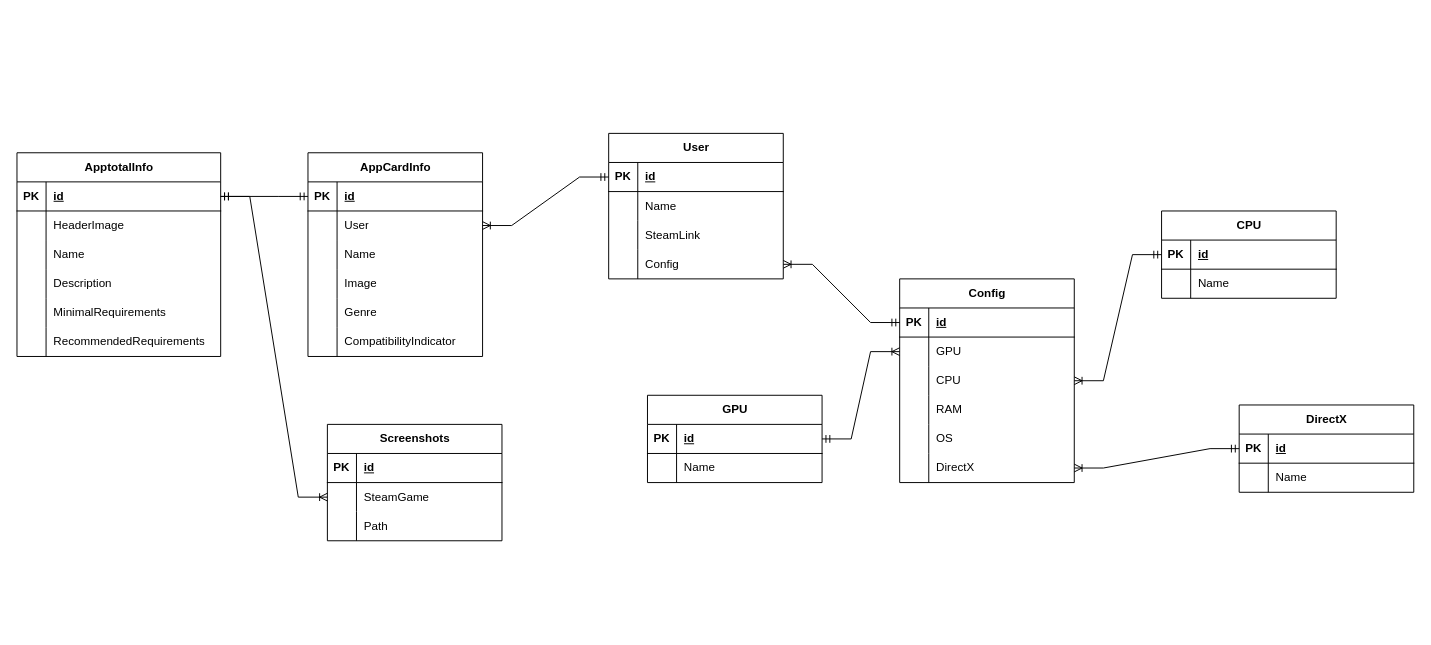
The draw.io diagram УП (II семестр)/База данных наша.drawio in ReNecro100/WillPCHandle, before the edit. Source tidied: cells renumbered, new cells numbered last; positions are measured from the earlier drawing's top-left corner, leaving out a move shared by most shapes. Both pictures are drawn from the tidied source at 97%, with x=0, y=0 at pixel (16, 133).
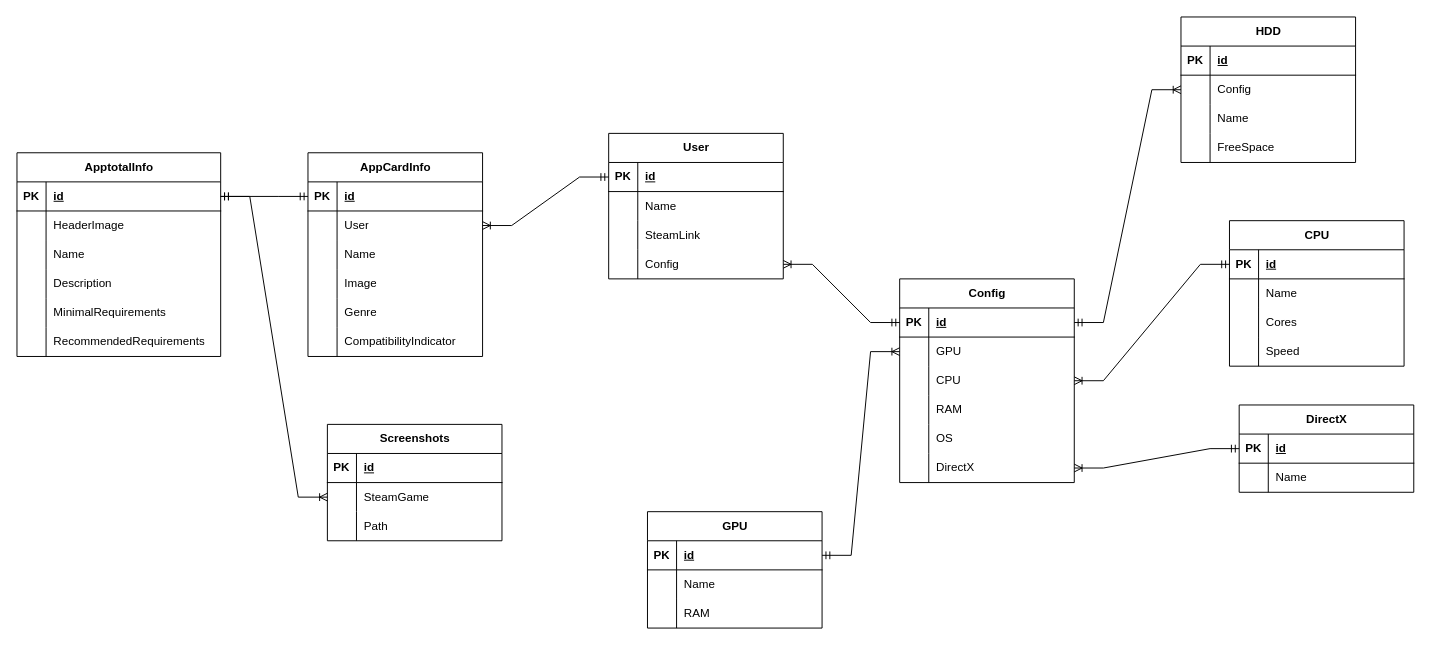
Above is the later version.

The change refers to these unchanged cells:
```xml
<mxCell id="24" style="shape=tableRow;horizontal=0;startSize=0;swimlaneHead=0;swimlaneBody=0;fillColor=none;points=[[0,0.5],[1,0.5]];portConstraint=eastwest;top=0;left=0;right=0;bottom=1;" parent="23" vertex="1">
  <mxGeometry y="30" width="180" height="30" as="geometry" />
</mxCell>
```

What changed in the source:
```diff
@@
     <mxCell id="2" value="GPU" style="shape=table;startSize=30;childLayout=tableLayout;rowLines=0;fontStyle=1;align=center;html=1;" parent="1" vertex="1">
-      <mxGeometry x="650" y="270" width="180" height="90" as="geometry" />
+      <mxGeometry x="650" y="390" width="180" height="120" as="geometry" />
     </mxCell>
@@
+    <mxCell id="110" style="shape=tableRow;horizontal=0;startSize=0;swimlaneHead=0;swimlaneBody=0;fillColor=none;top=0;left=0;right=0;bottom=0;" parent="2" vertex="1">
+      <mxGeometry y="90" width="180" height="30" as="geometry" />
+    </mxCell>
+    <mxCell id="111" style="shape=partialRectangle;fillColor=none;top=0;left=0;bottom=0;right=0;overflow=hidden;whiteSpace=wrap;html=1;" parent="110" vertex="1">
+      <mxGeometry width="30" height="30" as="geometry" />
+    </mxCell>
+    <mxCell id="112" value="RAM" style="shape=partialRectangle;fillColor=none;top=0;left=0;bottom=0;right=0;align=left;spacingLeft=6;overflow=hidden;whiteSpace=wrap;html=1;" parent="110" vertex="1">
+      <mxGeometry x="30" width="150" height="30" as="geometry" />
+    </mxCell>
     <mxCell id="9" value="CPU" style="shape=table;startSize=30;childLayout=tableLayout;rowLines=0;fontStyle=1;align=center;html=1;" parent="1" vertex="1">
-      <mxGeometry x="1180" y="80" width="180" height="90" as="geometry" />
+      <mxGeometry x="1250" y="90" width="180" height="150" as="geometry" />
     </mxCell>
@@
+    <mxCell id="113" style="shape=tableRow;horizontal=0;startSize=0;swimlaneHead=0;swimlaneBody=0;fillColor=none;top=0;left=0;right=0;bottom=0;" parent="9" vertex="1">
+      <mxGeometry y="90" width="180" height="30" as="geometry" />
+    </mxCell>
+    <mxCell id="114" style="shape=partialRectangle;fillColor=none;top=0;left=0;bottom=0;right=0;overflow=hidden;whiteSpace=wrap;html=1;" parent="113" vertex="1">
+      <mxGeometry width="30" height="30" as="geometry" />
+    </mxCell>
+    <mxCell id="115" value="Cores" style="shape=partialRectangle;fillColor=none;top=0;left=0;bottom=0;right=0;align=left;spacingLeft=6;overflow=hidden;whiteSpace=wrap;html=1;" parent="113" vertex="1">
+      <mxGeometry x="30" width="150" height="30" as="geometry" />
+    </mxCell>
+    <mxCell id="116" style="shape=tableRow;horizontal=0;startSize=0;swimlaneHead=0;swimlaneBody=0;fillColor=none;top=0;left=0;right=0;bottom=0;" parent="9" vertex="1">
+      <mxGeometry y="120" width="180" height="30" as="geometry" />
+    </mxCell>
+    <mxCell id="117" style="shape=partialRectangle;fillColor=none;top=0;left=0;bottom=0;right=0;overflow=hidden;whiteSpace=wrap;html=1;" parent="116" vertex="1">
+      <mxGeometry width="30" height="30" as="geometry" />
+    </mxCell>
+    <mxCell id="118" value="Speed" style="shape=partialRectangle;fillColor=none;top=0;left=0;bottom=0;right=0;align=left;spacingLeft=6;overflow=hidden;whiteSpace=wrap;html=1;" parent="116" vertex="1">
+      <mxGeometry x="30" width="150" height="30" as="geometry" />
+    </mxCell>
@@
+    <mxCell id="119" style="edgeStyle=entityRelationEdgeStyle;fontSize=12;html=1;endArrow=ERoneToMany;startArrow=ERmandOne;rounded=0;exitX=1;exitY=0.5;exitDx=0;exitDy=0;entryX=0;entryY=0.5;entryDx=0;entryDy=0;" parent="1" edge="1" source="24" target="124">
+      <mxGeometry relative="1" as="geometry" />
+    </mxCell>
+    <mxCell id="120" value="HDD" style="shape=table;startSize=30;childLayout=tableLayout;rowLines=0;fontStyle=1;align=center;html=1;" parent="1" vertex="1">
+      <mxGeometry x="1200" y="-120" width="180" height="150" as="geometry" />
+    </mxCell>
+    <mxCell id="121" style="shape=tableRow;horizontal=0;startSize=0;swimlaneHead=0;swimlaneBody=0;fillColor=none;top=0;left=0;right=0;bottom=1;" parent="120" vertex="1">
+      <mxGeometry y="30" width="180" height="30" as="geometry" />
+    </mxCell>
+    <mxCell id="122" value="PK" style="shape=partialRectangle;fillColor=none;top=0;left=0;bottom=0;right=0;fontStyle=1;overflow=hidden;whiteSpace=wrap;html=1;" parent="121" vertex="1">
+      <mxGeometry width="30" height="30" as="geometry" />
+    </mxCell>
+    <mxCell id="123" value="id" style="shape=partialRectangle;fillColor=none;top=0;left=0;bottom=0;right=0;align=left;spacingLeft=6;fontStyle=5;overflow=hidden;whiteSpace=wrap;html=1;" parent="121" vertex="1">
+      <mxGeometry x="30" width="150" height="30" as="geometry" />
+    </mxCell>
+    <mxCell id="124" style="shape=tableRow;horizontal=0;startSize=0;swimlaneHead=0;swimlaneBody=0;fillColor=none;points=[[0,0.5],[1,0.5]];portConstraint=eastwest;top=0;left=0;right=0;bottom=0;" parent="120" vertex="1">
+      <mxGeometry y="60" width="180" height="30" as="geometry" />
+    </mxCell>
+    <mxCell id="125" style="shape=partialRectangle;fillColor=none;top=0;left=0;bottom=0;right=0;overflow=hidden;whiteSpace=wrap;html=1;" parent="124" vertex="1">
+      <mxGeometry width="30" height="30" as="geometry" />
+    </mxCell>
+    <mxCell id="126" value="Config" style="shape=partialRectangle;fillColor=none;top=0;left=0;bottom=0;right=0;align=left;spacingLeft=6;overflow=hidden;whiteSpace=wrap;html=1;" parent="124" vertex="1">
+      <mxGeometry x="30" width="150" height="30" as="geometry" />
+    </mxCell>
+    <mxCell id="127" style="shape=tableRow;horizontal=0;startSize=0;swimlaneHead=0;swimlaneBody=0;fillColor=none;top=0;left=0;right=0;bottom=0;" parent="120" vertex="1">
+      <mxGeometry y="90" width="180" height="30" as="geometry" />
+    </mxCell>
+    <mxCell id="128" style="shape=partialRectangle;fillColor=none;top=0;left=0;bottom=0;right=0;overflow=hidden;whiteSpace=wrap;html=1;" parent="127" vertex="1">
+      <mxGeometry width="30" height="30" as="geometry" />
+    </mxCell>
+    <mxCell id="129" value="Name" style="shape=partialRectangle;fillColor=none;top=0;left=0;bottom=0;right=0;align=left;spacingLeft=6;overflow=hidden;whiteSpace=wrap;html=1;" parent="127" vertex="1">
+      <mxGeometry x="30" width="150" height="30" as="geometry" />
+    </mxCell>
+    <mxCell id="130" style="shape=tableRow;horizontal=0;startSize=0;swimlaneHead=0;swimlaneBody=0;fillColor=none;top=0;left=0;right=0;bottom=0;" parent="120" vertex="1">
+      <mxGeometry y="120" width="180" height="30" as="geometry" />
+    </mxCell>
+    <mxCell id="131" style="shape=partialRectangle;fillColor=none;top=0;left=0;bottom=0;right=0;overflow=hidden;whiteSpace=wrap;html=1;" parent="130" vertex="1">
+      <mxGeometry width="30" height="30" as="geometry" />
+    </mxCell>
+    <mxCell id="132" value="FreeSpace" style="shape=partialRectangle;fillColor=none;top=0;left=0;bottom=0;right=0;align=left;spacingLeft=6;overflow=hidden;whiteSpace=wrap;html=1;" parent="130" vertex="1">
+      <mxGeometry x="30" width="150" height="30" as="geometry" />
+    </mxCell>
```
